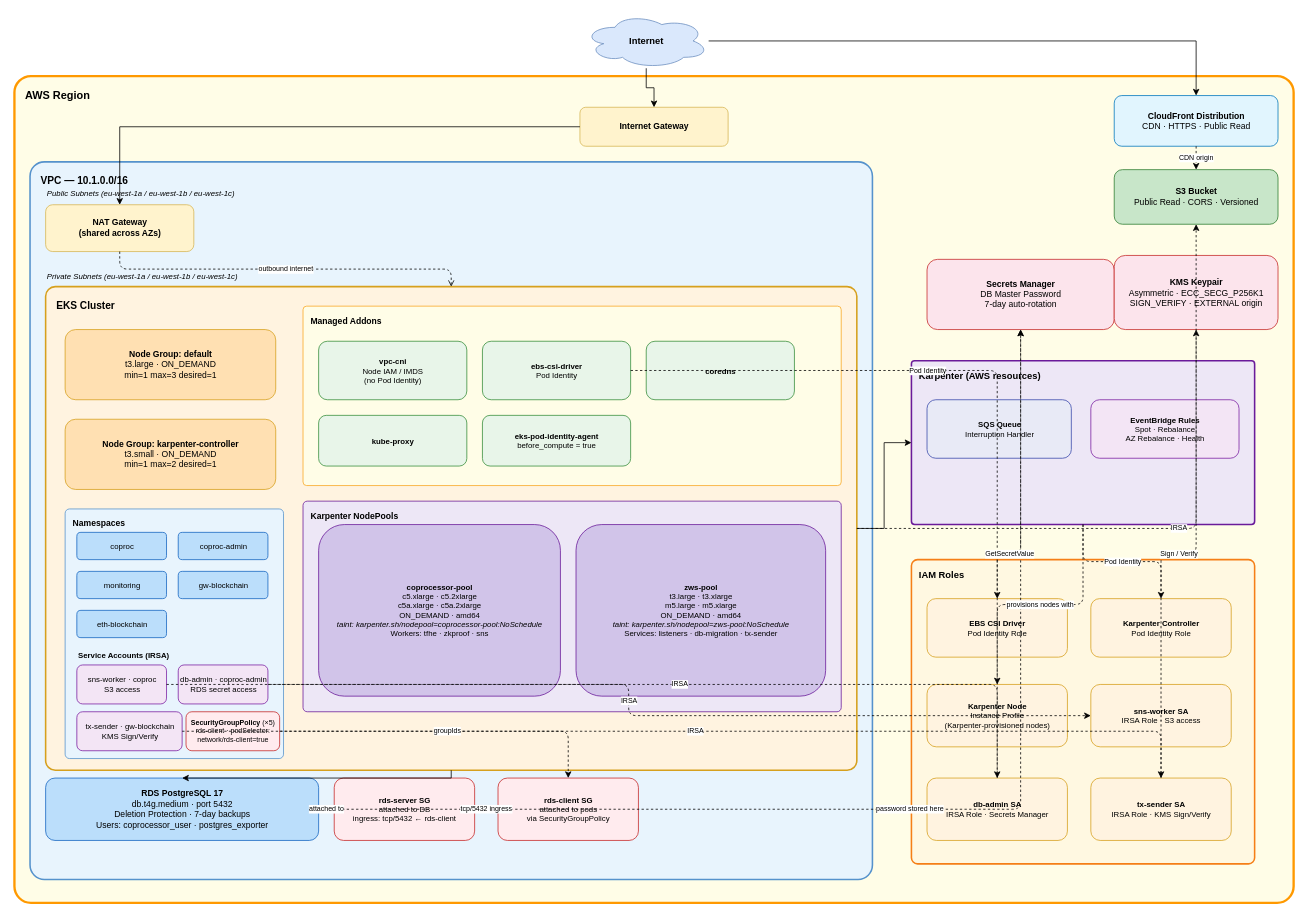
Above: diagrams/drawio/architecture.drawio in zama-ai/terraform-coprocessor-modules (draw.io), before the change. Source tidied: cells renumbered, new cells numbered last; positions are measured from the earlier drawing's top-left corner, leaving out a move shared by most shapes. Both pictures are drawn from the tidied source at 78%, with x=0, y=0 at pixel (14, 13).
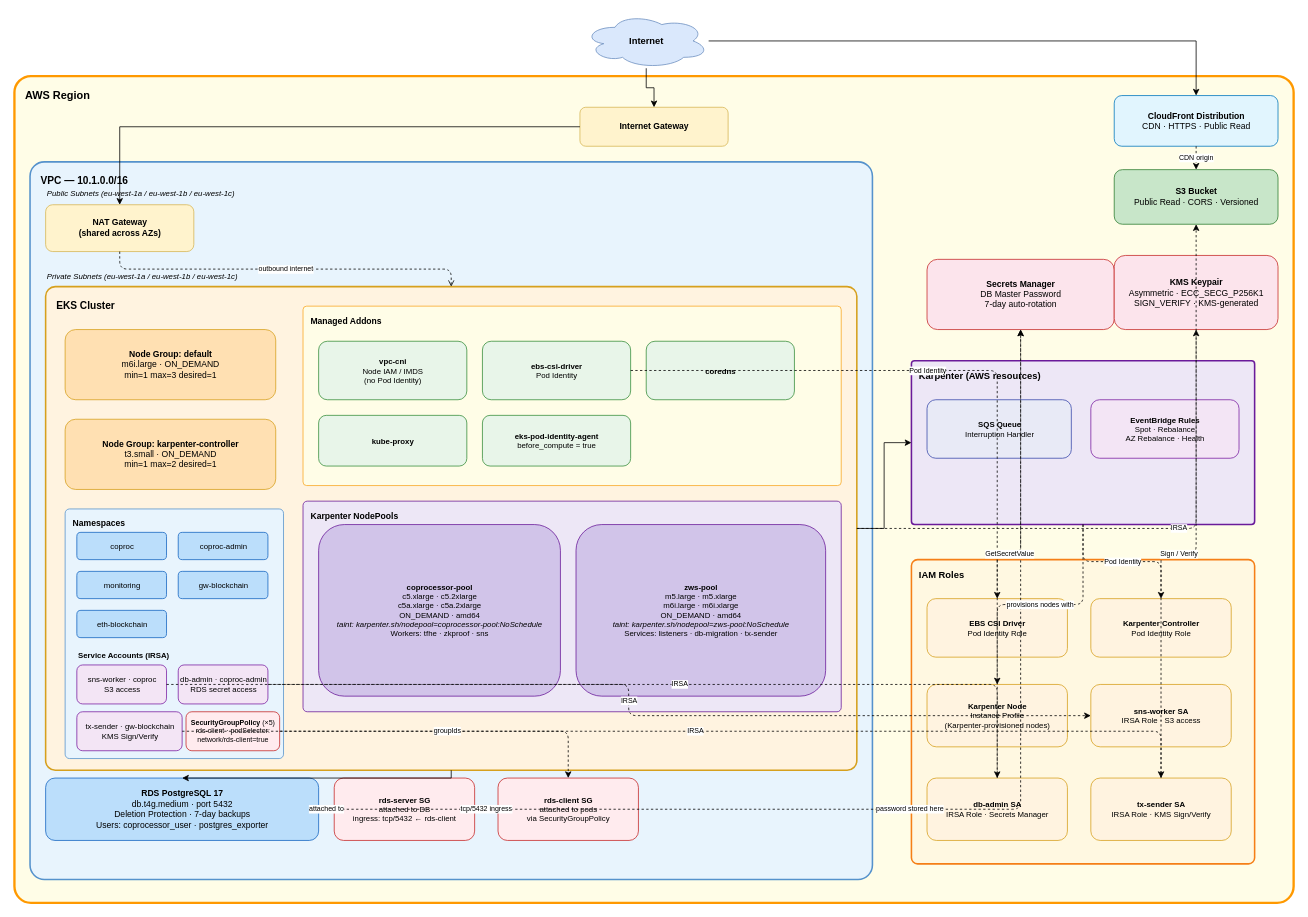
The same diagram, later.

Diff of the diagram source:
```diff
@@
-    <mxCell id="11" value="&lt;b&gt;Node Group: default&lt;/b&gt;&lt;br/&gt;t3.large · ON_DEMAND&lt;br/&gt;min=1  max=3  desired=1" style="rounded=1;fillColor=#FFE0B2;strokeColor=#D6A01E;fontSize=11;align=center;verticalAlign=middle;html=1;" parent="1" vertex="1">
+    <mxCell id="11" value="&lt;b&gt;Node Group: default&lt;/b&gt;&lt;br/&gt;m6i.large · ON_DEMAND&lt;br/&gt;min=1  max=3  desired=1" style="rounded=1;fillColor=#FFE0B2;strokeColor=#D6A01E;fontSize=11;align=center;verticalAlign=middle;html=1;" parent="1" vertex="1">
       <mxGeometry x="65" y="405" width="270" height="90" as="geometry" />
     </mxCell>
@@
-    <mxCell id="21" value="&lt;b&gt;zws-pool&lt;/b&gt;&lt;br/&gt;t3.large · t3.xlarge&lt;br/&gt;m5.large · m5.xlarge&lt;br/&gt;ON_DEMAND · amd64&lt;br/&gt;&lt;i&gt;taint: karpenter.sh/nodepool=zws-pool:NoSchedule&lt;/i&gt;&lt;br/&gt;Services: listeners · db-migration · tx-sender" style="rounded=1;fillColor=#D1C4E9;strokeColor=#6A1B9A;fontSize=10;align=center;verticalAlign=middle;html=1;" parent="1" vertex="1">
+    <mxCell id="21" value="&lt;b&gt;zws-pool&lt;/b&gt;&lt;br/&gt;m5.large · m5.xlarge&lt;br/&gt;m6i.large · m6i.xlarge&lt;br/&gt;ON_DEMAND · amd64&lt;br/&gt;&lt;i&gt;taint: karpenter.sh/nodepool=zws-pool:NoSchedule&lt;/i&gt;&lt;br/&gt;Services: listeners · db-migration · tx-sender" style="rounded=1;fillColor=#D1C4E9;strokeColor=#6A1B9A;fontSize=10;align=center;verticalAlign=middle;html=1;" parent="1" vertex="1">
       <mxGeometry x="720" y="655" width="320" height="220" as="geometry" />
     </mxCell>
@@
-    <mxCell id="38" value="&lt;b&gt;KMS Keypair&lt;/b&gt;&lt;br/&gt;Asymmetric · ECC_SECG_P256K1&lt;br/&gt;SIGN_VERIFY · EXTERNAL origin" style="rounded=1;fillColor=#FCE4EC;strokeColor=#C62828;fontSize=11;align=center;verticalAlign=middle;html=1;" parent="1" vertex="1">
+    <mxCell id="38" value="&lt;b&gt;KMS Keypair&lt;/b&gt;&lt;br/&gt;Asymmetric · ECC_SECG_P256K1&lt;br/&gt;SIGN_VERIFY · KMS-generated" style="rounded=1;fillColor=#FCE4EC;strokeColor=#C62828;fontSize=11;align=center;verticalAlign=middle;html=1;" parent="1" vertex="1">
       <mxGeometry x="1410" y="310" width="210" height="95" as="geometry" />
     </mxCell>
```
